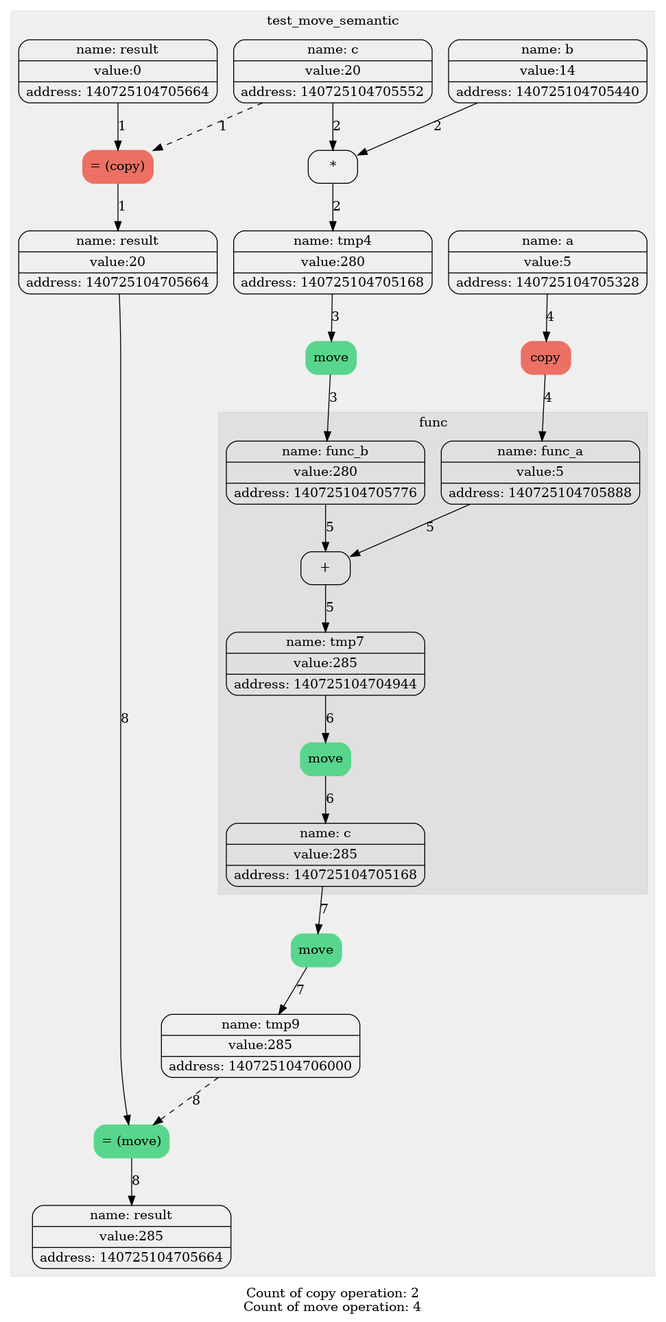
The Graphviz diagram diagrams/graph_move.png in levasemin/Move_Semantic, before a commit. Its source is kept beside it as diagrams/graph_move.dot. Its diagram source:
```dot
digraph G{
trankdir=HR;
node[shape=Mrecord];

subgraph "cluster_0" {
label = test_move_semantic;
style= filled
color = "#00000010";
1[label="{ {name: tmp0} | {value:5} | {address: 140725104705328}} " color=""style=""];
1[label="{ {name: a} | {value:5} | {address: 140725104705328}} " color=""style=""];
2[label="{ {name: tmp1} | {value:14} | {address: 140725104705440}} " color=""style=""];
2[label="{ {name: b} | {value:14} | {address: 140725104705440}} " color=""style=""];
3[label="{ {name: tmp2} | {value:20} | {address: 140725104705552}} " color=""style=""];
3[label="{ {name: c} | {value:20} | {address: 140725104705552}} " color=""style=""];
4[label="{ {name: tmp3} | {value:0} | {address: 140725104705664}} " color=""style=""];
4[label="{ {name: result} | {value:0} | {address: 140725104705664}} " color=""style=""];
5[label="= (copy)" color = "#EC7063" style = "filled"];
edge[style = "" color = ""label = "1"]4->5;
edge[style = "dashed" color = ""label = "1"]3->5;
6[label="{ {name: result} | {value:20} | {address: 140725104705664}} " color=""style=""];
edge[style = "" color = ""label = "1"]5->6;
7[label="*" color = "" style = ""];
edge[style = "" color = ""label = "2"]2->7;
edge[style = "" color = ""label = "2"]3->7;
8[label="{ {name: tmp4} | {value:280} | {address: 140725104705168}} " color=""style=""];
edge[style = "" color = ""label = "2"]7->8;
9[label="move" color = "#58D68D" style = "filled"];
edge[style = "" color = ""label = "3"]8->9;
10[label="{ {name: tmp5} | {value:280} | {address: 140725104705776}} " color=""style=""];
edge[style = "" color = ""label = "3"]9->10;
11[label="copy" color = "#EC7063" style = "filled"];
edge[style = "" color = ""label = "4"]1->11;
12[label="{ {name: tmp6} | {value:5} | {address: 140725104705888}} " color=""style=""];
edge[style = "" color = ""label = "4"]11->12;
12[label="{ {name: func_a} | {value:5} | {address: 140725104705888}} " color=""style=""];
10[label="{ {name: func_b} | {value:280} | {address: 140725104705776}} " color=""style=""];
subgraph "cluster_1" {
label = func;
style= filled
color = "#00000010";
13[label="+" color = "" style = ""];
edge[style = "" color = ""label = "5"]12->13;
edge[style = "" color = ""label = "5"]10->13;
14[label="{ {name: tmp7} | {value:285} | {address: 140725104704944}} " color=""style=""];
edge[style = "" color = ""label = "5"]13->14;
15[label="move" color = "#58D68D" style = "filled"];
edge[style = "" color = ""label = "6"]14->15;
16[label="{ {name: tmp8} | {value:285} | {address: 140725104705168}} " color=""style=""];
edge[style = "" color = ""label = "6"]15->16;
16[label="{ {name: c} | {value:285} | {address: 140725104705168}} " color=""style=""];
}
17[label="move" color = "#58D68D" style = "filled"];
edge[style = "" color = ""label = "7"]16->17;
18[label="{ {name: tmp9} | {value:285} | {address: 140725104706000}} " color=""style=""];
edge[style = "" color = ""label = "7"]17->18;
19[label="= (move)" color = "#58D68D" style = "filled"];
edge[style = "" color = ""label = "8"]6->19;
edge[style = "dashed" color = ""label = "8"]18->19;
20[label="{ {name: result} | {value:285} | {address: 140725104705664}} " color=""style=""];
edge[style = "" color = ""label = "8"]19->20;
}
label="Count of copy operation: 2
Count of move operation: 4"}
```
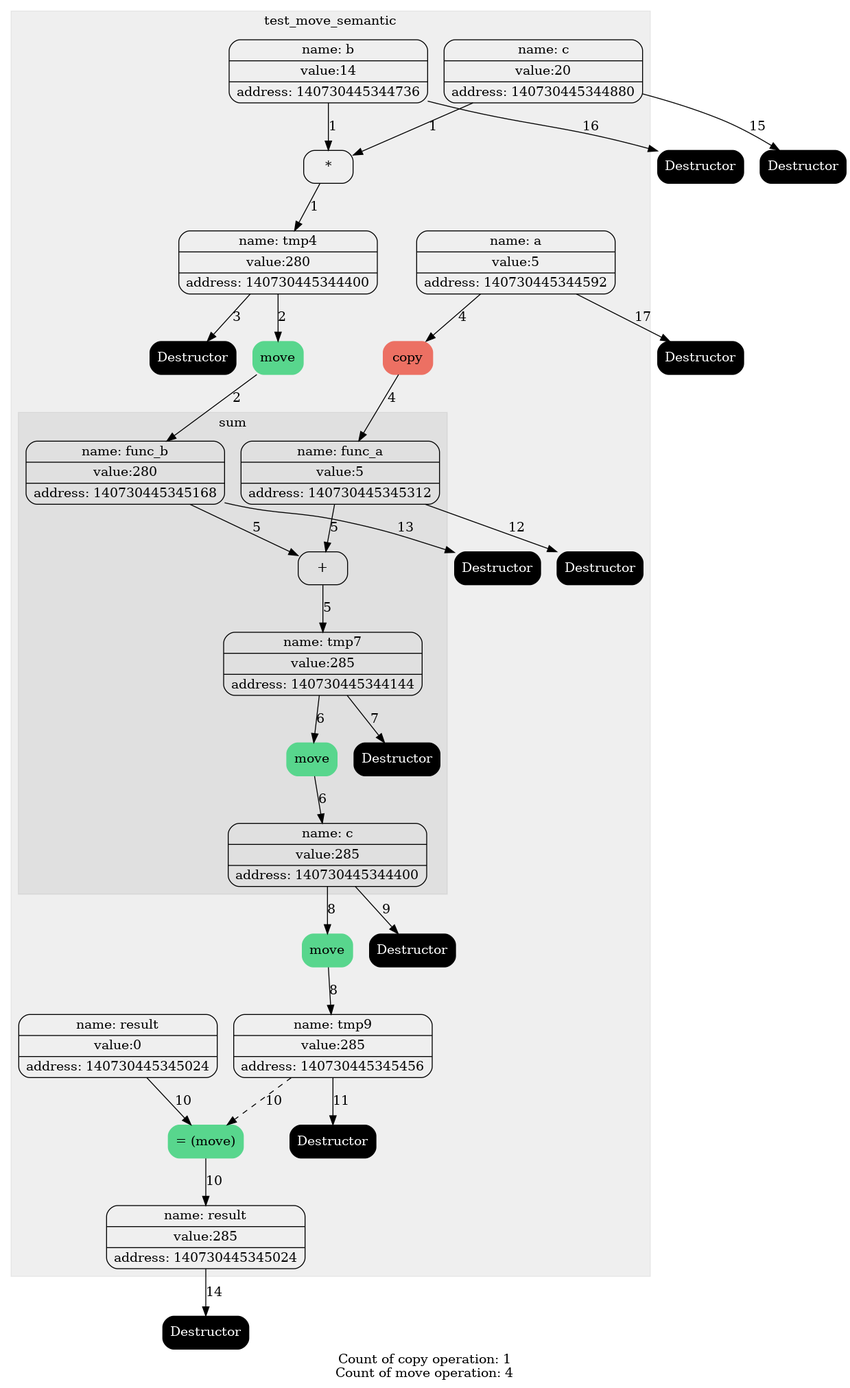
The same diagram one commit later.

What changed in the source:
```diff
@@ -6,58 +6,73 @@
 label = test_move_semantic;
 style= filled
 color = "#00000010";
-1[label="{ {name: tmp0} | {value:5} | {address: 140725104705328}} " color=""style=""];
-1[label="{ {name: a} | {value:5} | {address: 140725104705328}} " color=""style=""];
-2[label="{ {name: tmp1} | {value:14} | {address: 140725104705440}} " color=""style=""];
-2[label="{ {name: b} | {value:14} | {address: 140725104705440}} " color=""style=""];
-3[label="{ {name: tmp2} | {value:20} | {address: 140725104705552}} " color=""style=""];
-3[label="{ {name: c} | {value:20} | {address: 140725104705552}} " color=""style=""];
-4[label="{ {name: tmp3} | {value:0} | {address: 140725104705664}} " color=""style=""];
-4[label="{ {name: result} | {value:0} | {address: 140725104705664}} " color=""style=""];
-5[label="= (copy)" color = "#EC7063" style = "filled"];
-edge[style = "" color = ""label = "1"]4->5;
-edge[style = "dashed" color = ""label = "1"]3->5;
-6[label="{ {name: result} | {value:20} | {address: 140725104705664}} " color=""style=""];
-edge[style = "" color = ""label = "1"]5->6;
-7[label="*" color = "" style = ""];
-edge[style = "" color = ""label = "2"]2->7;
-edge[style = "" color = ""label = "2"]3->7;
-8[label="{ {name: tmp4} | {value:280} | {address: 140725104705168}} " color=""style=""];
-edge[style = "" color = ""label = "2"]7->8;
-9[label="move" color = "#58D68D" style = "filled"];
-edge[style = "" color = ""label = "3"]8->9;
-10[label="{ {name: tmp5} | {value:280} | {address: 140725104705776}} " color=""style=""];
-edge[style = "" color = ""label = "3"]9->10;
-11[label="copy" color = "#EC7063" style = "filled"];
-edge[style = "" color = ""label = "4"]1->11;
-12[label="{ {name: tmp6} | {value:5} | {address: 140725104705888}} " color=""style=""];
-edge[style = "" color = ""label = "4"]11->12;
-12[label="{ {name: func_a} | {value:5} | {address: 140725104705888}} " color=""style=""];
-10[label="{ {name: func_b} | {value:280} | {address: 140725104705776}} " color=""style=""];
+1[label="{ {name: tmp0} | {value:5} | {address: 140730445344592}} " color=""style=""fontcolor=""];
+1[label="{ {name: a} | {value:5} | {address: 140730445344592}} " color=""style=""fontcolor=""];
+2[label="{ {name: tmp1} | {value:14} | {address: 140730445344736}} " color=""style=""fontcolor=""];
+2[label="{ {name: b} | {value:14} | {address: 140730445344736}} " color=""style=""fontcolor=""];
+3[label="{ {name: tmp2} | {value:20} | {address: 140730445344880}} " color=""style=""fontcolor=""];
+3[label="{ {name: c} | {value:20} | {address: 140730445344880}} " color=""style=""fontcolor=""];
+4[label="{ {name: tmp3} | {value:0} | {address: 140730445345024}} " color=""style=""fontcolor=""];
+4[label="{ {name: result} | {value:0} | {address: 140730445345024}} " color=""style=""fontcolor=""];
+5[label="*" color = "" style = ""fontcolor =""];
+edge[style = "" color = ""label = "1"fontcolor =""]2->5;
+edge[style = "" color = ""label = "1"fontcolor =""]3->5;
+6[label="{ {name: tmp4} | {value:280} | {address: 140730445344400}} " color=""style=""fontcolor=""];
+edge[style = "" color = ""label = "1"fontcolor =""]5->6;
+7[label="move" color = "#58D68D" style = "filled"fontcolor =""];
+edge[style = "" color = ""label = "2"fontcolor =""]6->7;
+8[label="{ {name: tmp5} | {value:280} | {address: 140730445345168}} " color=""style=""fontcolor=""];
+edge[style = "" color = ""label = "2"fontcolor =""]7->8;
+9[label="Destructor" color = "black" style = "filled"fontcolor ="white"];
+edge[style = "" color = ""label = "3"fontcolor =""]6->9;
+10[label="copy" color = "#EC7063" style = "filled"fontcolor =""];
+edge[style = "" color = ""label = "4"fontcolor =""]1->10;
+11[label="{ {name: tmp6} | {value:5} | {address: 140730445345312}} " color=""style=""fontcolor=""];
+edge[style = "" color = ""label = "4"fontcolor =""]10->11;
 subgraph "cluster_1" {
-label = func;
+label = sum;
 style= filled
 color = "#00000010";
-13[label="+" color = "" style = ""];
-edge[style = "" color = ""label = "5"]12->13;
-edge[style = "" color = ""label = "5"]10->13;
-14[label="{ {name: tmp7} | {value:285} | {address: 140725104704944}} " color=""style=""];
-edge[style = "" color = ""label = "5"]13->14;
-15[label="move" color = "#58D68D" style = "filled"];
-edge[style = "" color = ""label = "6"]14->15;
-16[label="{ {name: tmp8} | {value:285} | {address: 140725104705168}} " color=""style=""];
-edge[style = "" color = ""label = "6"]15->16;
-16[label="{ {name: c} | {value:285} | {address: 140725104705168}} " color=""style=""];
+11[label="{ {name: func_a} | {value:5} | {address: 140730445345312}} " color=""style=""fontcolor=""];
+8[label="{ {name: func_b} | {value:280} | {address: 140730445345168}} " color=""style=""fontcolor=""];
+12[label="+" color = "" style = ""fontcolor =""];
+edge[style = "" color = ""label = "5"fontcolor =""]11->12;
+edge[style = "" color = ""label = "5"fontcolor =""]8->12;
+13[label="{ {name: tmp7} | {value:285} | {address: 140730445344144}} " color=""style=""fontcolor=""];
+edge[style = "" color = ""label = "5"fontcolor =""]12->13;
+14[label="move" color = "#58D68D" style = "filled"fontcolor =""];
+edge[style = "" color = ""label = "6"fontcolor =""]13->14;
+15[label="{ {name: tmp8} | {value:285} | {address: 140730445344400}} " color=""style=""fontcolor=""];
+edge[style = "" color = ""label = "6"fontcolor =""]14->15;
+16[label="Destructor" color = "black" style = "filled"fontcolor ="white"];
+edge[style = "" color = ""label = "7"fontcolor =""]13->16;
+15[label="{ {name: c} | {value:285} | {address: 140730445344400}} " color=""style=""fontcolor=""];
 }
-17[label="move" color = "#58D68D" style = "filled"];
-edge[style = "" color = ""label = "7"]16->17;
-18[label="{ {name: tmp9} | {value:285} | {address: 140725104706000}} " color=""style=""];
-edge[style = "" color = ""label = "7"]17->18;
-19[label="= (move)" color = "#58D68D" style = "filled"];
-edge[style = "" color = ""label = "8"]6->19;
-edge[style = "dashed" color = ""label = "8"]18->19;
-20[label="{ {name: result} | {value:285} | {address: 140725104705664}} " color=""style=""];
-edge[style = "" color = ""label = "8"]19->20;
+17[label="move" color = "#58D68D" style = "filled"fontcolor =""];
+edge[style = "" color = ""label = "8"fontcolor =""]15->17;
+18[label="{ {name: tmp9} | {value:285} | {address: 140730445345456}} " color=""style=""fontcolor=""];
+edge[style = "" color = ""label = "8"fontcolor =""]17->18;
+19[label="Destructor" color = "black" style = "filled"fontcolor ="white"];
+edge[style = "" color = ""label = "9"fontcolor =""]15->19;
+20[label="= (move)" color = "#58D68D" style = "filled"fontcolor =""];
+edge[style = "" color = ""label = "10"fontcolor =""]4->20;
+edge[style = "dashed" color = ""label = "10"fontcolor =""]18->20;
+21[label="{ {name: result} | {value:285} | {address: 140730445345024}} " color=""style=""fontcolor=""];
+edge[style = "" color = ""label = "10"fontcolor =""]20->21;
+22[label="Destructor" color = "black" style = "filled"fontcolor ="white"];
+edge[style = "" color = ""label = "11"fontcolor =""]18->22;
+23[label="Destructor" color = "black" style = "filled"fontcolor ="white"];
+edge[style = "" color = ""label = "12"fontcolor =""]11->23;
+24[label="Destructor" color = "black" style = "filled"fontcolor ="white"];
+edge[style = "" color = ""label = "13"fontcolor =""]8->24;
 }
-label="Count of copy operation: 2
+25[label="Destructor" color = "black" style = "filled"fontcolor ="white"];
+edge[style = "" color = ""label = "14"fontcolor =""]21->25;
+26[label="Destructor" color = "black" style = "filled"fontcolor ="white"];
+edge[style = "" color = ""label = "15"fontcolor =""]3->26;
+27[label="Destructor" color = "black" style = "filled"fontcolor ="white"];
+edge[style = "" color = ""label = "16"fontcolor =""]2->27;
+28[label="Destructor" color = "black" style = "filled"fontcolor ="white"];
+edge[style = "" color = ""label = "17"fontcolor =""]1->28;
+label="Count of copy operation: 1
 Count of move operation: 4"}
```
